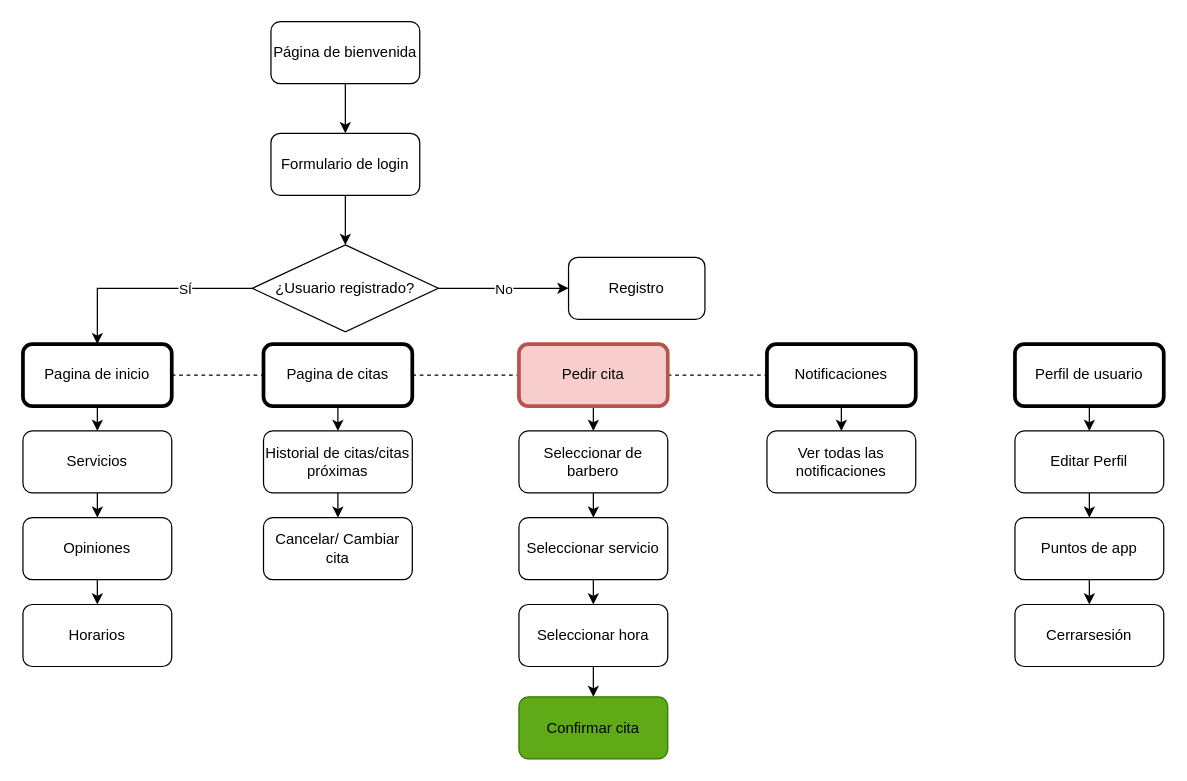
Earlier version of the draw.io diagram Diagrama de flujo.drawio (ryelgr2611/ProyectoDAW). Source tidied: cells renumbered, new cells numbered last; positions are measured from the earlier drawing's top-left corner, leaving out a move shared by most shapes. Both pictures are drawn from the tidied source at 124%, with x=0, y=0 at pixel (22, 21).
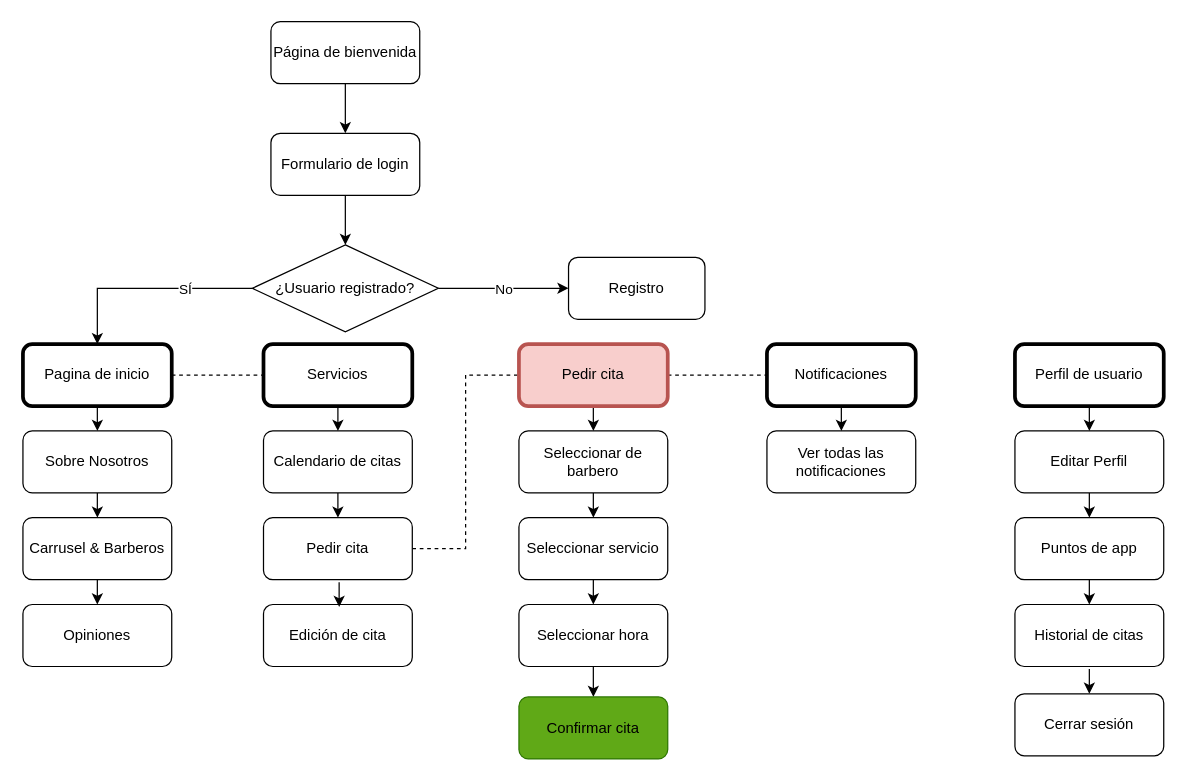
After the change.

The change refers to these unchanged cells:
```xml
<mxCell id="28" value="Pedir cita" style="rounded=1;whiteSpace=wrap;html=1;strokeWidth=3;fillColor=#f8cecc;strokeColor=#b85450;" parent="1" vertex="1">
  <mxGeometry x="400" y="260" width="120" height="50" as="geometry" />
</mxCell>
```

Change to the diagram source:
```diff
@@
-    <mxCell id="16" value="Servicios" style="rounded=1;whiteSpace=wrap;html=1;" parent="1" vertex="1">
+    <mxCell id="16" value="Sobre Nosotros" style="rounded=1;whiteSpace=wrap;html=1;" parent="1" vertex="1">
       <mxGeometry y="330" width="120" height="50" as="geometry" />
     </mxCell>
@@
-    <mxCell id="18" value="Opiniones" style="rounded=1;whiteSpace=wrap;html=1;" parent="1" vertex="1">
+    <mxCell id="18" value="Carrusel &amp;amp; Barberos" style="rounded=1;whiteSpace=wrap;html=1;" parent="1" vertex="1">
       <mxGeometry y="400" width="120" height="50" as="geometry" />
     </mxCell>
-    <mxCell id="19" value="Horarios" style="rounded=1;whiteSpace=wrap;html=1;" parent="1" vertex="1">
+    <mxCell id="19" value="Opiniones" style="rounded=1;whiteSpace=wrap;html=1;" parent="1" vertex="1">
       <mxGeometry y="470" width="120" height="50" as="geometry" />
     </mxCell>
-    <mxCell id="20" style="edgeStyle=orthogonalEdgeStyle;rounded=0;jettySize=auto;html=1;exitX=1;exitY=0.5;exitDx=0;exitDy=0;entryX=0;entryY=0.5;entryDx=0;entryDy=0;endArrow=none;endFill=0;dashed=1;" parent="1" edge="1" source="22" target="28">
+    <mxCell id="20" style="edgeStyle=orthogonalEdgeStyle;rounded=0;jettySize=auto;html=1;exitX=1;exitY=0.5;exitDx=0;exitDy=0;entryX=0;entryY=0.5;entryDx=0;entryDy=0;endArrow=none;endFill=0;dashed=1;" parent="1" edge="1" source="25" target="28">
       <mxGeometry relative="1" as="geometry" />
     </mxCell>
@@
-    <mxCell id="22" value="Pagina de citas" style="rounded=1;whiteSpace=wrap;html=1;strokeWidth=3;" parent="1" vertex="1">
+    <mxCell id="22" value="Servicios" style="rounded=1;whiteSpace=wrap;html=1;strokeWidth=3;" parent="1" vertex="1">
       <mxGeometry x="194" y="260" width="120" height="50" as="geometry" />
     </mxCell>
@@
-    <mxCell id="24" value="Historial de citas/citas próximas" style="rounded=1;whiteSpace=wrap;html=1;" parent="1" vertex="1">
+    <mxCell id="24" value="Calendario de citas" style="rounded=1;whiteSpace=wrap;html=1;" parent="1" vertex="1">
       <mxGeometry x="194" y="330" width="120" height="50" as="geometry" />
     </mxCell>
-    <mxCell id="25" value="Cancelar/ Cambiar cita" style="rounded=1;whiteSpace=wrap;html=1;" parent="1" vertex="1">
+    <mxCell id="25" value="Pedir cita" style="rounded=1;whiteSpace=wrap;html=1;" parent="1" vertex="1">
       <mxGeometry x="194" y="400" width="120" height="50" as="geometry" />
     </mxCell>
@@
-    <mxCell id="45" value="Cerrarsesión" style="rounded=1;whiteSpace=wrap;html=1;" parent="1" vertex="1">
+    <mxCell id="45" value="Historial de citas" style="rounded=1;whiteSpace=wrap;html=1;" parent="1" vertex="1">
       <mxGeometry x="800" y="470" width="120" height="50" as="geometry" />
     </mxCell>
+    <mxCell id="46" value="Edición de cita" style="rounded=1;whiteSpace=wrap;html=1;" parent="1" vertex="1">
+      <mxGeometry x="194" y="470" width="120" height="50" as="geometry" />
+    </mxCell>
+    <mxCell id="47" style="edgeStyle=orthogonalEdgeStyle;rounded=0;orthogonalLoop=1;jettySize=auto;html=1;exitX=0.5;exitY=1;exitDx=0;exitDy=0;entryX=0.5;entryY=0;entryDx=0;entryDy=0;" parent="1" edge="1">
+      <mxGeometry relative="1" as="geometry">
+        <mxPoint x="255" y="452" as="sourcePoint" />
+        <mxPoint x="255" y="472" as="targetPoint" />
+      </mxGeometry>
+    </mxCell>
+    <mxCell id="48" style="edgeStyle=orthogonalEdgeStyle;rounded=0;jettySize=auto;html=1;exitX=0.5;exitY=1;exitDx=0;exitDy=0;entryX=0.5;entryY=0;entryDx=0;entryDy=0;" parent="1" edge="1" target="49">
+      <mxGeometry relative="1" as="geometry">
+        <mxPoint x="860" y="522" as="sourcePoint" />
+      </mxGeometry>
+    </mxCell>
+    <mxCell id="49" value="Cerrar sesión" style="rounded=1;whiteSpace=wrap;html=1;" parent="1" vertex="1">
+      <mxGeometry x="800" y="542" width="120" height="50" as="geometry" />
+    </mxCell>
```
